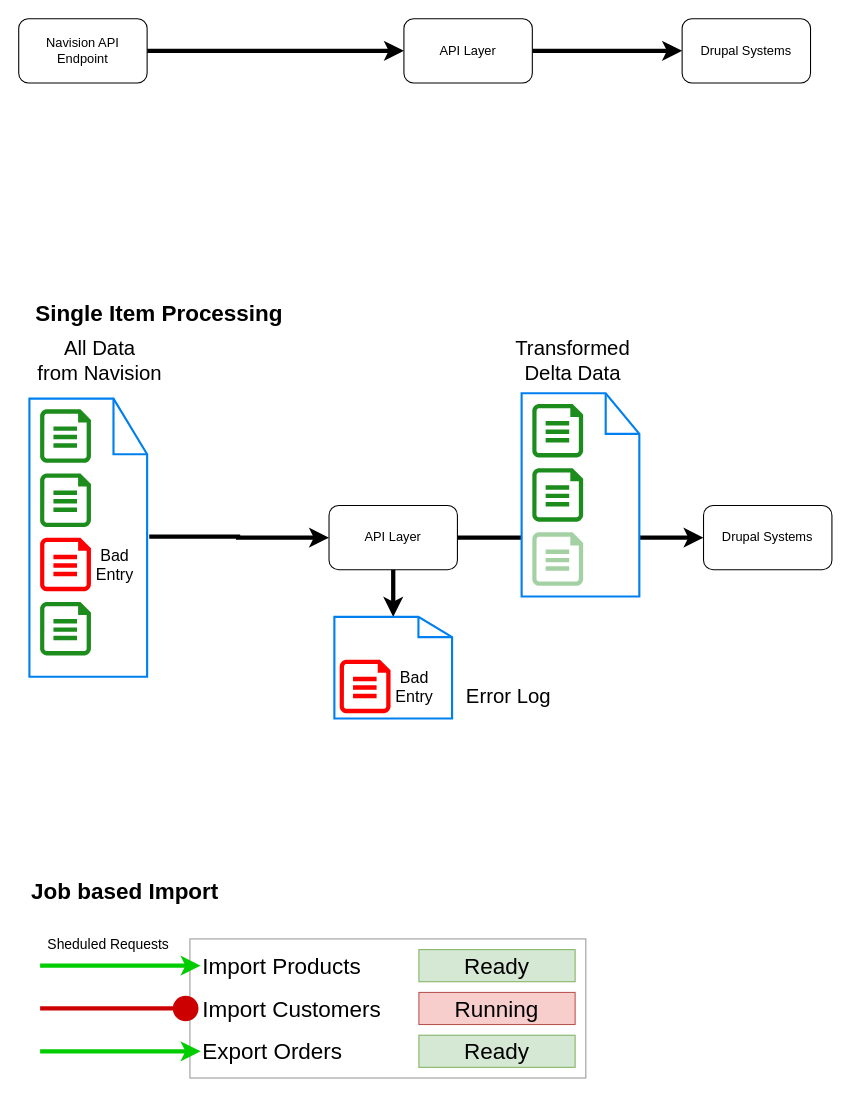
This is pharmasuisse_api_pitch.drawio from leedave/drawio_diagrams, a draw.io file, before an edit. Source tidied: cells renumbered, new cells numbered last; positions are measured from the earlier drawing's top-left corner, leaving out a move shared by most shapes. Both pictures are drawn from the tidied source at 107%, with x=0, y=0 at pixel (18, 18).
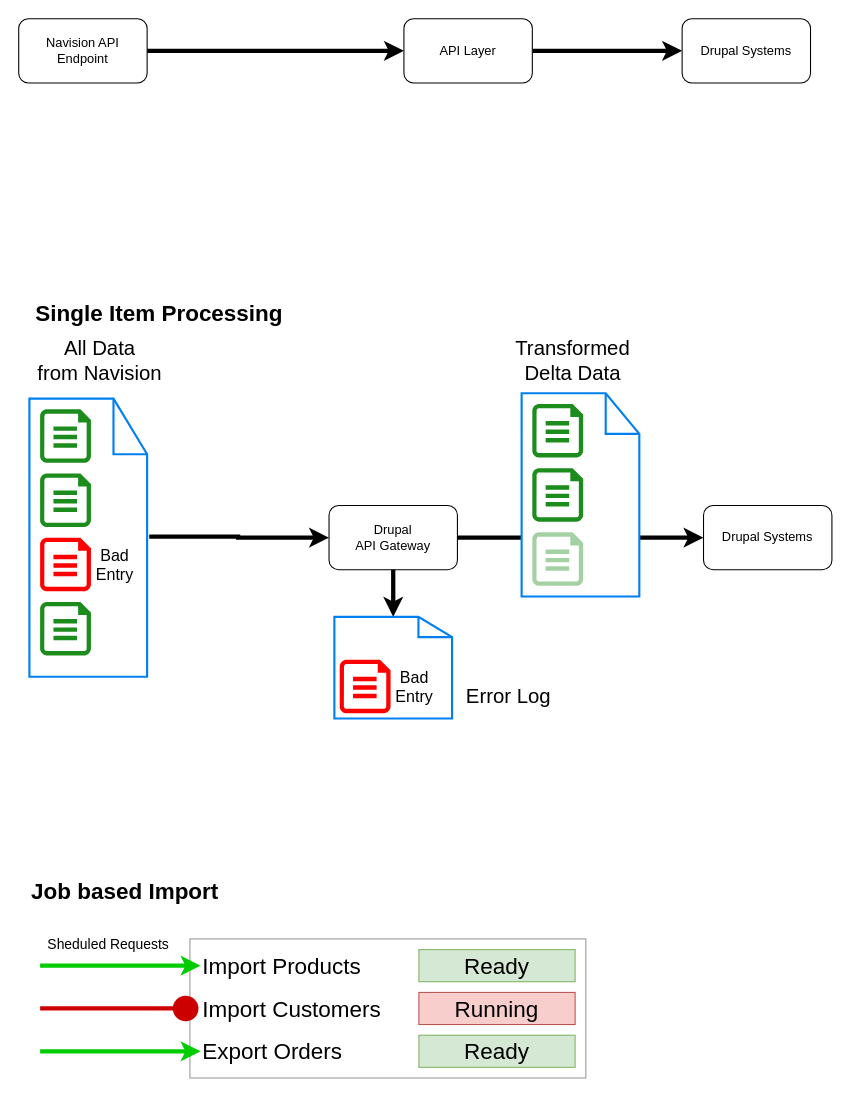
The same diagram, later.

Unchanged cells that the change refers to:
```xml
<mxCell id="7" style="group;" parent="1" vertex="1">
  <mxGeometry x="10" y="300" width="750" height="425" as="geometry" />
</mxCell>
```

Change to the diagram source:
```diff
@@
-    <mxCell id="14" value="API Layer" style="rounded=1;whiteSpace=wrap;html=1;" parent="7" vertex="1">
+    <mxCell id="14" value="Drupal &lt;br&gt;API Gateway" style="rounded=1;whiteSpace=wrap;html=1;" parent="7" vertex="1">
       <mxGeometry x="280" y="155" width="120" height="60" as="geometry" />
     </mxCell>
```
